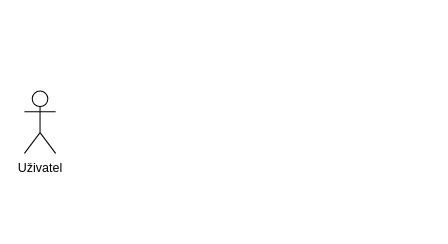
The draw.io diagram Diagramy/EuroKlíčenka - Use Case - Hodnocení míst.drawio in euroklicenka/euroklicenka, before the edit. Source tidied: cells renumbered, new cells numbered last; positions are measured from the earlier drawing's top-left corner, leaving out a move shared by most shapes. Both pictures are drawn from the tidied source at 104%, with x=0, y=0 at pixel (24, 90).
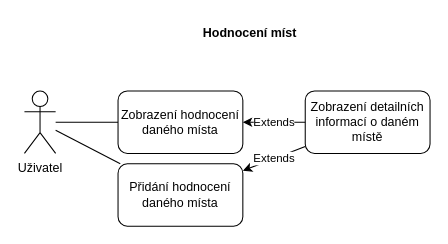
After the change.

Diff of the diagram source:
```diff
@@
 <mxGraphModel>
   <root>
     <mxCell id="0" />
     <mxCell id="1" parent="0" />
     <mxCell id="2" value="Uživatel" style="shape=umlActor;verticalLabelPosition=bottom;verticalAlign=top;html=1;outlineConnect=0;" parent="1" vertex="1">
       <mxGeometry width="30" height="60" as="geometry" />
     </mxCell>
+    <mxCell id="3" value="Zobrazení detailních informací o daném místě" style="rounded=1;whiteSpace=wrap;html=1;" parent="1" vertex="1">
+      <mxGeometry x="270" width="120" height="60" as="geometry" />
+    </mxCell>
+    <mxCell id="4" value="Přidání hodnocení daného místa" style="rounded=1;whiteSpace=wrap;html=1;" parent="1" vertex="1">
+      <mxGeometry x="90" y="70" width="120" height="60" as="geometry" />
+    </mxCell>
+    <mxCell id="5" value="Zobrazení hodnocení daného místa" style="rounded=1;whiteSpace=wrap;html=1;" parent="1" vertex="1">
+      <mxGeometry x="90" width="120" height="60" as="geometry" />
+    </mxCell>
+    <mxCell id="6" style="endArrow=none;html=1;rounded=0;entryX=0;entryY=0.5;entryDx=0;entryDy=0;" parent="1" edge="1" source="2" target="5">
+      <mxGeometry relative="1" as="geometry" />
+    </mxCell>
+    <mxCell id="7" style="endArrow=none;html=1;rounded=0;" parent="1" edge="1" source="2" target="4">
+      <mxGeometry relative="1" as="geometry" />
+    </mxCell>
+    <mxCell id="8" value="Extends" style="endArrow=classic;html=1;rounded=0;" parent="1" edge="1" source="3" target="5">
+      <mxGeometry relative="1" as="geometry" />
+    </mxCell>
+    <mxCell id="9" value="Extends" style="endArrow=classic;html=1;rounded=0;" parent="1" edge="1" source="3" target="4">
+      <mxGeometry relative="1" as="geometry" />
+    </mxCell>
+    <mxCell id="10" value="&lt;b&gt;Hodnocení míst&lt;/b&gt;" style="text;html=1;strokeColor=none;fillColor=none;align=center;verticalAlign=middle;whiteSpace=wrap;rounded=0;" parent="1" vertex="1">
+      <mxGeometry x="164" y="-70" width="106" height="30" as="geometry" />
+    </mxCell>
   </root>
 </mxGraphModel>
```
